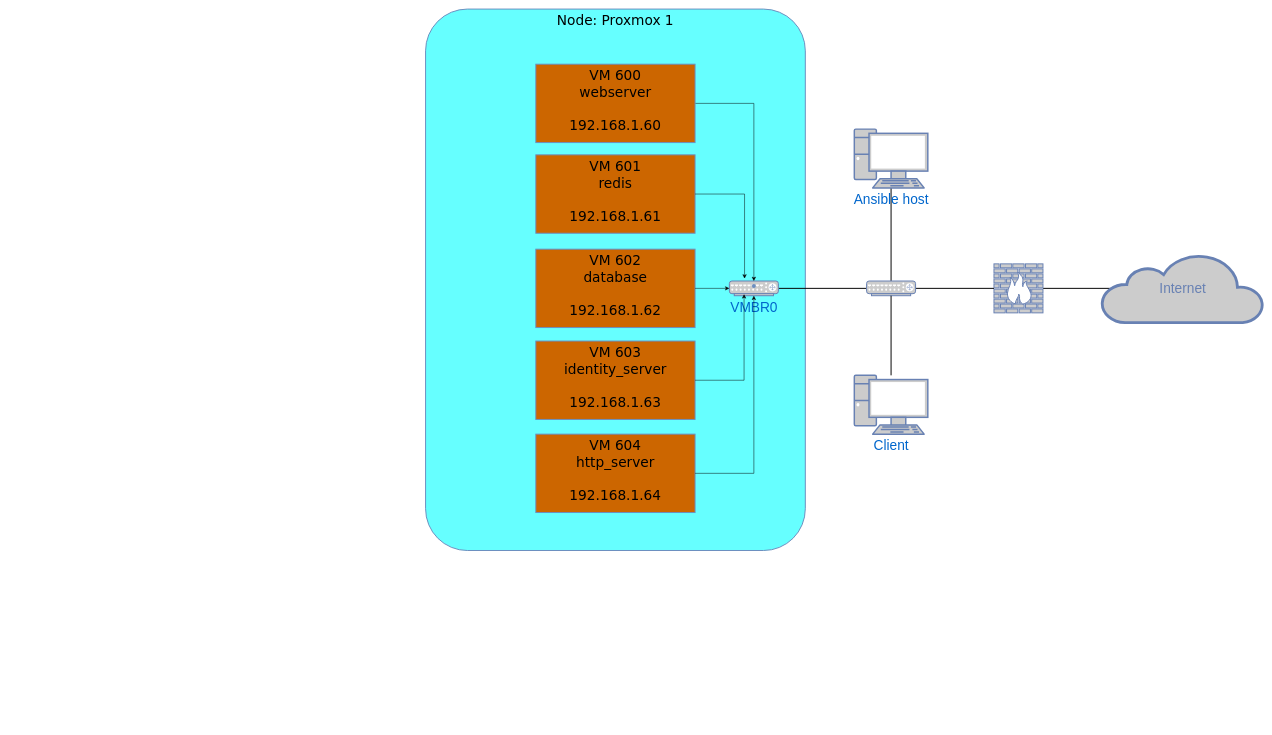
Earlier version of the draw.io diagram Proxmox setup.drawio (bartengine27/hostr). Source tidied: cells renumbered, new cells numbered last; positions are measured from the earlier drawing's top-left corner, leaving out a move shared by most shapes. Both pictures are drawn from the tidied source at 49%, with x=0, y=0 at pixel (425, 9).
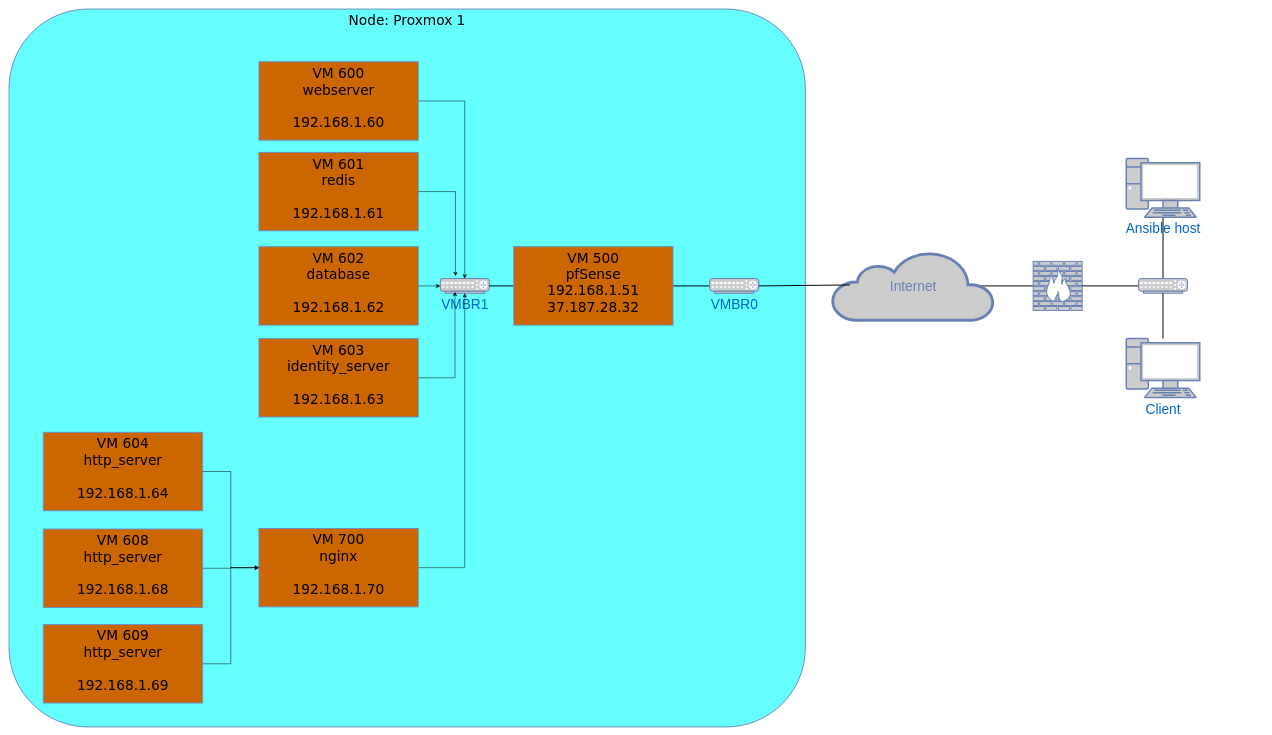
The same diagram, later.

Diff of the diagram source:
```diff
@@
     <mxCell id="3" value="Node: Proxmox 1" style="rounded=1;whiteSpace=wrap;html=1;shadow=0;comic=0;strokeColor=#6c8ebf;strokeWidth=2;fillColor=#66FFFF;fontFamily=Verdana;fontSize=28;align=center;arcSize=11;verticalAlign=top;" parent="1" vertex="1">
-      <mxGeometry width="775" height="1105" as="geometry" />
+      <mxGeometry x="-850" width="1625" height="1465" as="geometry" />
     </mxCell>
-    <mxCell id="4" style="edgeStyle=orthogonalEdgeStyle;rounded=0;jettySize=auto;html=1;endArrow=none;endFill=0;entryX=0.06;entryY=0.5;entryDx=0;entryDy=0;entryPerimeter=0;strokeWidth=2;" parent="1" edge="1" source="5" target="9">
+    <mxCell id="4" style="edgeStyle=orthogonalEdgeStyle;rounded=0;jettySize=auto;html=1;endArrow=none;endFill=0;strokeWidth=2;exitX=0;exitY=0.5;exitDx=0;exitDy=0;exitPerimeter=0;entryX=0.91;entryY=0.5;entryDx=0;entryDy=0;entryPerimeter=0;" parent="1" edge="1" source="5" target="9">
       <mxGeometry relative="1" as="geometry" />
     </mxCell>
     <mxCell id="5" style="fontColor=#0066CC;verticalAlign=top;verticalLabelPosition=bottom;labelPosition=center;align=center;html=1;fillColor=#CCCCCC;strokeColor=#6881B3;gradientColor=none;gradientDirection=north;strokeWidth=2;shape=mxgraph.networks.firewall;rounded=0;shadow=0;comic=0;" parent="1" vertex="1">
-      <mxGeometry x="1160" y="520" width="100" height="100" as="geometry" />
+      <mxGeometry x="1240" y="515" width="100" height="100" as="geometry" />
     </mxCell>
-    <mxCell id="6" style="edgeStyle=none;html=1;labelBackgroundColor=none;endArrow=none;endFill=0;strokeWidth=2;fontFamily=Verdana;fontSize=15;fontColor=#036897;entryX=0;entryY=0.5;entryDx=0;entryDy=0;entryPerimeter=0;" parent="1" edge="1" source="7" target="11">
+    <mxCell id="6" style="edgeStyle=none;html=1;labelBackgroundColor=none;endArrow=none;endFill=0;strokeWidth=2;fontFamily=Verdana;fontSize=15;fontColor=#036897;entryX=0;entryY=0.5;entryDx=0;entryDy=0;entryPerimeter=0;" parent="1" edge="1" source="26" target="27">
       <mxGeometry relative="1" as="geometry" />
     </mxCell>
-    <mxCell id="7" value="&lt;font style=&quot;font-size: 28px;&quot;&gt;VMBR0&lt;/font&gt;" style="fontColor=#0066CC;verticalAlign=top;verticalLabelPosition=bottom;labelPosition=center;align=center;html=1;fillColor=#CCCCCC;strokeColor=#6881B3;gradientColor=none;gradientDirection=north;strokeWidth=2;shape=mxgraph.networks.router;rounded=0;shadow=0;comic=0;" parent="1" vertex="1">
-      <mxGeometry x="620" y="555" width="100" height="30" as="geometry" />
+    <mxCell id="7" value="&lt;font style=&quot;font-size: 28px;&quot;&gt;VMBR1&lt;/font&gt;" style="fontColor=#0066CC;verticalAlign=top;verticalLabelPosition=bottom;labelPosition=center;align=center;html=1;fillColor=#CCCCCC;strokeColor=#6881B3;gradientColor=none;gradientDirection=north;strokeWidth=2;shape=mxgraph.networks.router;rounded=0;shadow=0;comic=0;" parent="1" vertex="1">
+      <mxGeometry x="30" y="550" width="100" height="30" as="geometry" />
     </mxCell>
     <mxCell id="8" value="Ansible host" style="fontColor=#0066CC;verticalAlign=top;verticalLabelPosition=bottom;labelPosition=center;align=center;html=1;fillColor=#CCCCCC;strokeColor=#6881B3;gradientColor=none;gradientDirection=north;strokeWidth=2;shape=mxgraph.networks.pc;rounded=0;shadow=0;comic=0;fontSize=28;" parent="1" vertex="1">
-      <mxGeometry x="875" y="245" width="150" height="120" as="geometry" />
+      <mxGeometry x="1430" y="305" width="150" height="120" as="geometry" />
     </mxCell>
     <mxCell id="9" value="Internet" style="html=1;fillColor=#CCCCCC;strokeColor=#6881B3;gradientColor=none;gradientDirection=north;strokeWidth=2;shape=mxgraph.networks.cloud;fontColor=#6881B3;rounded=0;shadow=0;comic=0;align=center;fontSize=28;" parent="1" vertex="1">
-      <mxGeometry x="1380" y="500" width="330" height="140" as="geometry" />
+      <mxGeometry x="830" y="495" width="330" height="140" as="geometry" />
     </mxCell>
-    <mxCell id="10" style="edgeStyle=none;html=1;labelBackgroundColor=none;endArrow=none;endFill=0;strokeWidth=2;fontFamily=Verdana;fontSize=28;fontColor=#6881B3;exitX=1;exitY=0.5;exitDx=0;exitDy=0;exitPerimeter=0;entryX=0;entryY=0.5;entryDx=0;entryDy=0;entryPerimeter=0;" parent="1" edge="1" source="11" target="5">
+    <mxCell id="10" style="edgeStyle=none;html=1;labelBackgroundColor=none;endArrow=none;endFill=0;strokeWidth=2;fontFamily=Verdana;fontSize=28;fontColor=#6881B3;exitX=0;exitY=0.5;exitDx=0;exitDy=0;exitPerimeter=0;entryX=1;entryY=0.5;entryDx=0;entryDy=0;entryPerimeter=0;" parent="1" edge="1" source="11" target="5">
       <mxGeometry relative="1" as="geometry" />
     </mxCell>
     <mxCell id="11" style="fontColor=#0066CC;verticalAlign=top;verticalLabelPosition=bottom;labelPosition=center;align=center;html=1;fillColor=#CCCCCC;strokeColor=#6881B3;gradientColor=none;gradientDirection=north;strokeWidth=2;shape=mxgraph.networks.router;rounded=0;shadow=0;comic=0;" parent="1" vertex="1">
-      <mxGeometry x="900" y="555" width="100" height="30" as="geometry" />
+      <mxGeometry x="1455" y="550" width="100" height="30" as="geometry" />
     </mxCell>
@@
     <mxCell id="13" value="&lt;div&gt;VM 600&lt;/div&gt;&lt;div&gt;webserver&lt;/div&gt;&lt;div&gt;&lt;br&gt;&lt;/div&gt;&lt;div&gt;192.168.1.60&lt;br&gt;&lt;/div&gt;" style="rounded=0;whiteSpace=wrap;html=1;shadow=0;comic=0;strokeColor=#6c8ebf;strokeWidth=2;fillColor=#CC6600;fontFamily=Verdana;fontSize=28;align=center;arcSize=11;verticalAlign=top;" parent="1" vertex="1">
-      <mxGeometry x="225" y="112.5" width="325" height="160" as="geometry" />
+      <mxGeometry x="-340" y="107.5" width="325" height="160" as="geometry" />
     </mxCell>
     <mxCell id="14" value="&lt;div&gt;VM 601&lt;/div&gt;&lt;div&gt;redis&lt;/div&gt;&lt;div&gt;&lt;br&gt;&lt;/div&gt;&lt;div&gt;192.168.1.61&lt;br&gt;&lt;/div&gt;" style="rounded=0;whiteSpace=wrap;html=1;shadow=0;comic=0;strokeColor=#6c8ebf;strokeWidth=2;fillColor=#CC6600;fontFamily=Verdana;fontSize=28;align=center;arcSize=11;verticalAlign=top;" parent="1" vertex="1">
-      <mxGeometry x="225" y="297.5" width="325" height="160" as="geometry" />
+      <mxGeometry x="-340" y="292.5" width="325" height="160" as="geometry" />
     </mxCell>
     <mxCell id="15" value="&lt;div&gt;VM 602&lt;/div&gt;&lt;div&gt;database&lt;/div&gt;&lt;div&gt;&lt;br&gt;&lt;/div&gt;&lt;div&gt;192.168.1.62&lt;br&gt;&lt;/div&gt;" style="rounded=0;whiteSpace=wrap;html=1;shadow=0;comic=0;strokeColor=#6c8ebf;strokeWidth=2;fillColor=#CC6600;fontFamily=Verdana;fontSize=28;align=center;arcSize=11;verticalAlign=top;" parent="1" vertex="1">
-      <mxGeometry x="225" y="490" width="325" height="160" as="geometry" />
+      <mxGeometry x="-340" y="485" width="325" height="160" as="geometry" />
     </mxCell>
     <mxCell id="16" value="&lt;div&gt;VM 603&lt;/div&gt;&lt;div&gt;identity_server&lt;/div&gt;&lt;div&gt;&lt;br&gt;&lt;/div&gt;&lt;div&gt;192.168.1.63&lt;br&gt;&lt;/div&gt;" style="rounded=0;whiteSpace=wrap;html=1;shadow=0;comic=0;strokeColor=#6c8ebf;strokeWidth=2;fillColor=#CC6600;fontFamily=Verdana;fontSize=28;align=center;arcSize=11;verticalAlign=top;" parent="1" vertex="1">
-      <mxGeometry x="225" y="677.5" width="325" height="160" as="geometry" />
+      <mxGeometry x="-340" y="672.5" width="325" height="160" as="geometry" />
     </mxCell>
     <mxCell id="17" value="&lt;div&gt;VM 604&lt;/div&gt;&lt;div&gt;http_server&lt;br&gt;&lt;/div&gt;&lt;div&gt;&lt;br&gt;&lt;/div&gt;&lt;div&gt;192.168.1.64&lt;br&gt;&lt;/div&gt;" style="rounded=0;whiteSpace=wrap;html=1;shadow=0;comic=0;strokeColor=#6c8ebf;strokeWidth=2;fillColor=#CC6600;fontFamily=Verdana;fontSize=28;align=center;arcSize=11;verticalAlign=top;" parent="1" vertex="1">
-      <mxGeometry x="225" y="867.5" width="325" height="160" as="geometry" />
+      <mxGeometry x="-780" y="863.8" width="325" height="160" as="geometry" />
     </mxCell>
@@
-    <mxCell id="22" style="edgeStyle=orthogonalEdgeStyle;rounded=0;jettySize=auto;html=1;entryX=0.5;entryY=1;entryDx=0;entryDy=0;entryPerimeter=0;" parent="1" edge="1" source="17" target="7">
+    <mxCell id="22" style="edgeStyle=orthogonalEdgeStyle;rounded=0;jettySize=auto;html=1;entryX=0.5;entryY=1;entryDx=0;entryDy=0;entryPerimeter=0;exitX=1;exitY=0.5;exitDx=0;exitDy=0;" parent="1" edge="1" source="31" target="7">
       <mxGeometry relative="1" as="geometry" />
     </mxCell>
     <mxCell id="23" value="Client" style="fontColor=#0066CC;verticalAlign=top;verticalLabelPosition=bottom;labelPosition=center;align=center;html=1;fillColor=#CCCCCC;strokeColor=#6881B3;gradientColor=none;gradientDirection=north;strokeWidth=2;shape=mxgraph.networks.pc;rounded=0;shadow=0;comic=0;fontSize=28;" parent="1" vertex="1">
-      <mxGeometry x="875" y="747.5" width="150" height="120" as="geometry" />
+      <mxGeometry x="1430" y="672.5" width="150" height="120" as="geometry" />
     </mxCell>
@@
+    <mxCell id="25" style="edgeStyle=none;html=1;labelBackgroundColor=none;endArrow=none;endFill=0;strokeWidth=2;fontFamily=Verdana;fontSize=15;fontColor=#036897;entryX=0;entryY=0.5;entryDx=0;entryDy=0;entryPerimeter=0;" parent="1" edge="1" source="7" target="26">
+      <mxGeometry relative="1" as="geometry" />
+    </mxCell>
+    <mxCell id="26" value="&lt;div&gt;VM 500&lt;/div&gt;&lt;div&gt;pfSense&lt;br&gt;&lt;/div&gt;&lt;div align=&quot;left&quot;&gt;192.168.1.51&lt;/div&gt;&lt;div&gt;37.187.28.32&lt;br&gt;&lt;/div&gt;" style="rounded=0;whiteSpace=wrap;html=1;shadow=0;comic=0;strokeColor=#6c8ebf;strokeWidth=2;fillColor=#CC6600;fontFamily=Verdana;fontSize=28;align=center;arcSize=11;verticalAlign=top;" parent="1" vertex="1">
+      <mxGeometry x="180" y="485" width="325" height="160" as="geometry" />
+    </mxCell>
+    <mxCell id="27" value="&lt;font style=&quot;font-size: 28px;&quot;&gt;VMBR0&lt;/font&gt;" style="fontColor=#0066CC;verticalAlign=top;verticalLabelPosition=bottom;labelPosition=center;align=center;html=1;fillColor=#CCCCCC;strokeColor=#6881B3;gradientColor=none;gradientDirection=north;strokeWidth=2;shape=mxgraph.networks.router;rounded=0;shadow=0;comic=0;" parent="1" vertex="1">
+      <mxGeometry x="580" y="550" width="100" height="30" as="geometry" />
+    </mxCell>
+    <mxCell id="28" style="edgeStyle=none;html=1;labelBackgroundColor=none;endArrow=none;endFill=0;strokeWidth=2;fontFamily=Verdana;fontSize=15;fontColor=#036897;exitX=1;exitY=0.5;exitDx=0;exitDy=0;exitPerimeter=0;entryX=0.109;entryY=0.486;entryDx=0;entryDy=0;entryPerimeter=0;" parent="1" edge="1" source="27" target="9">
+      <mxGeometry relative="1" as="geometry" />
+    </mxCell>
+    <mxCell id="29" value="&lt;div&gt;VM 608&lt;/div&gt;&lt;div&gt;http_server&lt;br&gt;&lt;/div&gt;&lt;div&gt;&lt;br&gt;&lt;/div&gt;&lt;div&gt;192.168.1.68&lt;br&gt;&lt;/div&gt;" style="rounded=0;whiteSpace=wrap;html=1;shadow=0;comic=0;strokeColor=#6c8ebf;strokeWidth=2;fillColor=#CC6600;fontFamily=Verdana;fontSize=28;align=center;arcSize=11;verticalAlign=top;" parent="1" vertex="1">
+      <mxGeometry x="-780" y="1061.2" width="325" height="160" as="geometry" />
+    </mxCell>
+    <mxCell id="30" value="&lt;div&gt;VM 609&lt;/div&gt;&lt;div&gt;http_server&lt;br&gt;&lt;/div&gt;&lt;div&gt;&lt;br&gt;&lt;/div&gt;&lt;div&gt;192.168.1.69&lt;br&gt;&lt;/div&gt;" style="rounded=0;whiteSpace=wrap;html=1;shadow=0;comic=0;strokeColor=#6c8ebf;strokeWidth=2;fillColor=#CC6600;fontFamily=Verdana;fontSize=28;align=center;arcSize=11;verticalAlign=top;" parent="1" vertex="1">
+      <mxGeometry x="-780" y="1256.2" width="325" height="160" as="geometry" />
+    </mxCell>
+    <mxCell id="31" value="&lt;div&gt;VM 700&lt;br&gt;&lt;/div&gt;&lt;div&gt;nginx&lt;br&gt;&lt;/div&gt;&lt;div&gt;&lt;br&gt;&lt;/div&gt;&lt;div&gt;192.168.1.70&lt;br&gt;&lt;/div&gt;" style="rounded=0;whiteSpace=wrap;html=1;shadow=0;comic=0;strokeColor=#6c8ebf;strokeWidth=2;fillColor=#CC6600;fontFamily=Verdana;fontSize=28;align=center;arcSize=11;verticalAlign=top;" parent="1" vertex="1">
+      <mxGeometry x="-340" y="1060" width="325" height="160" as="geometry" />
+    </mxCell>
+    <mxCell id="32" style="edgeStyle=orthogonalEdgeStyle;rounded=0;jettySize=auto;html=1;entryX=0;entryY=0.5;entryDx=0;entryDy=0;" parent="1" edge="1" source="17" target="31">
+      <mxGeometry relative="1" as="geometry" />
+    </mxCell>
+    <mxCell id="33" style="edgeStyle=orthogonalEdgeStyle;rounded=0;jettySize=auto;html=1;exitX=1;exitY=0.5;exitDx=0;exitDy=0;entryX=0;entryY=0.5;entryDx=0;entryDy=0;" parent="1" edge="1" source="29" target="31">
+      <mxGeometry relative="1" as="geometry" />
+    </mxCell>
+    <mxCell id="34" style="edgeStyle=orthogonalEdgeStyle;rounded=0;jettySize=auto;html=1;entryX=0;entryY=0.5;entryDx=0;entryDy=0;exitX=1;exitY=0.5;exitDx=0;exitDy=0;" parent="1" edge="1" source="30" target="31">
+      <mxGeometry relative="1" as="geometry" />
+    </mxCell>
```
